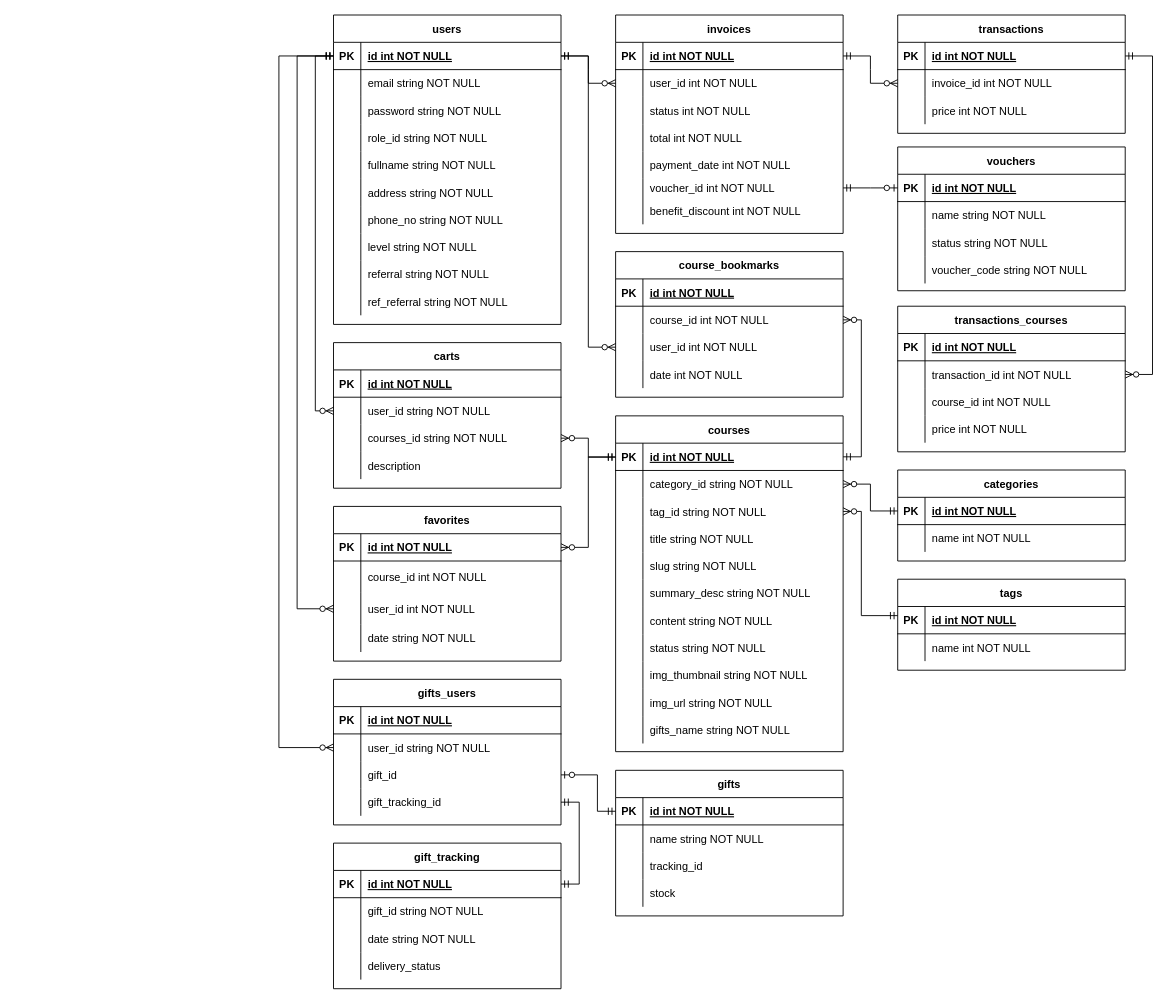
Above: page "ERD" (1 of 2) of online-learning.drawio in azmiadhani/diagramsnet (draw.io), before the change. Source tidied: cells renumbered, new cells numbered last; positions are measured from the earlier drawing's top-left corner, leaving out a move shared by most shapes. Both pictures are drawn from the tidied source at 91%, with x=0, y=0 at pixel (187, 15).
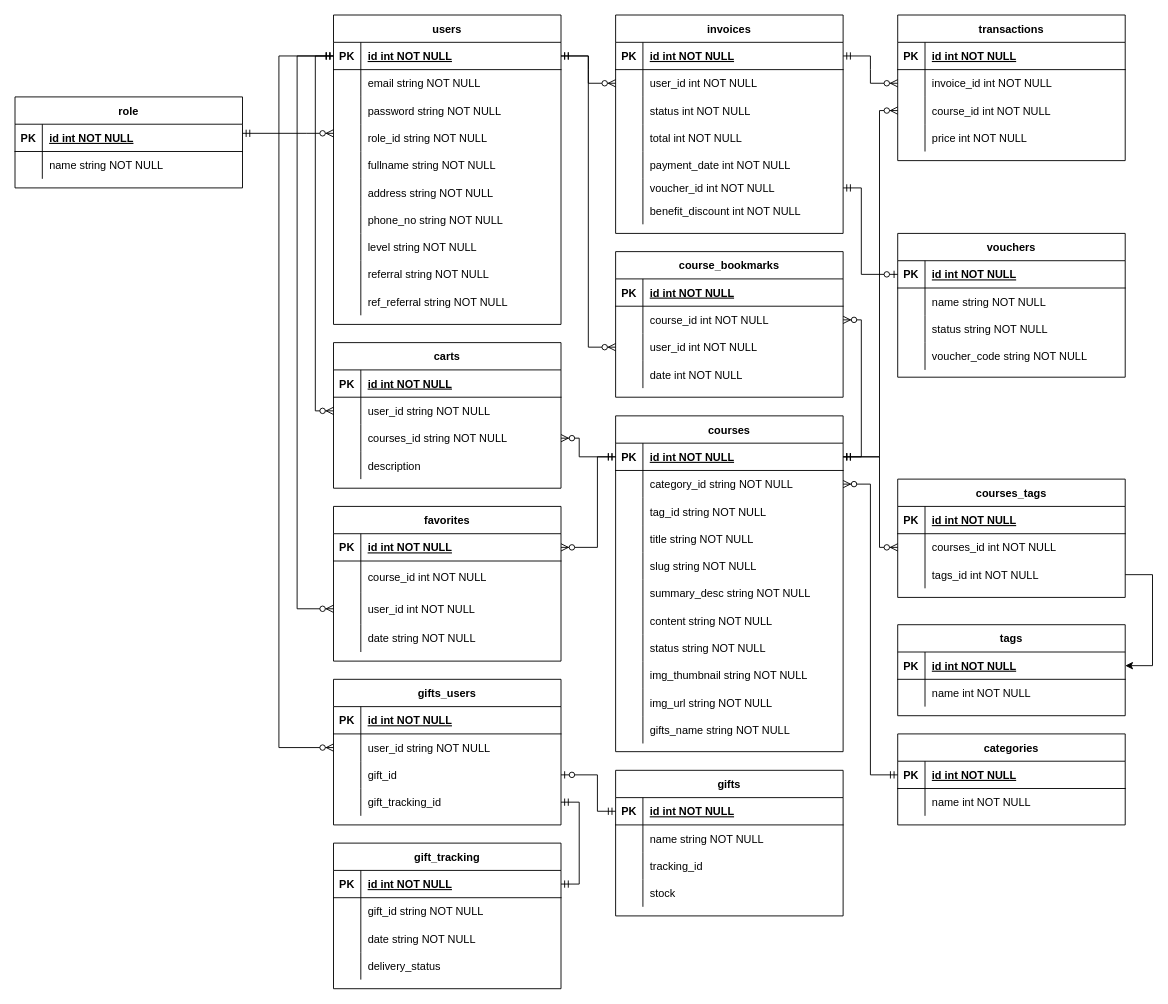
Above is the later version.

Unchanged cells that the change refers to:
```xml
<mxCell id="12" style="shape=partialRectangle;fillColor=none;points=[[0,0.5],[1,0.5]];portConstraint=eastwest;top=0;left=0;right=0;bottom=0;" parent="2" vertex="1">
  <mxGeometry y="120" width="250" height="30" as="geometry" />
</mxCell>
<mxCell id="34" style="shape=partialRectangle;fillColor=none;points=[[0,0.5],[1,0.5]];portConstraint=eastwest;top=0;left=0;right=0;bottom=1;" parent="33" vertex="1">
  <mxGeometry y="30" width="250" height="30" as="geometry" />
</mxCell>
<mxCell id="47" style="shape=partialRectangle;fillColor=none;points=[[0,0.5],[1,0.5]];portConstraint=eastwest;top=0;left=0;right=0;bottom=1;" parent="46" vertex="1">
  <mxGeometry y="30" width="250" height="30" as="geometry" />
</mxCell>
<mxCell id="53" style="shape=partialRectangle;fillColor=none;points=[[0,0.5],[1,0.5]];portConstraint=eastwest;top=0;left=0;right=0;bottom=0;" parent="46" vertex="1">
  <mxGeometry y="90" width="250" height="30" as="geometry" />
</mxCell>
<mxCell id="81" style="shape=partialRectangle;fillColor=none;points=[[0,0.5],[1,0.5]];portConstraint=eastwest;top=0;left=0;right=0;bottom=1;" parent="80" vertex="1">
  <mxGeometry y="30" width="250" height="30" as="geometry" />
</mxCell>
<mxCell id="84" style="shape=partialRectangle;fillColor=none;points=[[0,0.5],[1,0.5]];portConstraint=eastwest;top=0;left=0;right=0;bottom=0;" parent="80" vertex="1">
  <mxGeometry y="60" width="250" height="30" as="geometry" />
</mxCell>
<mxCell id="110" style="shape=partialRectangle;fillColor=none;points=[[0,0.5],[1,0.5]];portConstraint=eastwest;top=0;left=0;right=0;bottom=0;" parent="94" vertex="1">
  <mxGeometry y="180" width="250" height="20" as="geometry" />
</mxCell>
<mxCell id="117" style="shape=partialRectangle;fillColor=none;points=[[0,0.5],[1,0.5]];portConstraint=eastwest;top=0;left=0;right=0;bottom=1;" parent="116" vertex="1">
  <mxGeometry y="30" width="250" height="30" as="geometry" />
</mxCell>
<mxCell id="123" style="shape=partialRectangle;fillColor=none;points=[[0,0.5],[1,0.5]];portConstraint=eastwest;top=0;left=0;right=0;bottom=0;" parent="116" vertex="1">
  <mxGeometry y="90" width="250" height="30" as="geometry" />
</mxCell>
<mxCell id="129" style="shape=partialRectangle;fillColor=none;points=[[0,0.5],[1,0.5]];portConstraint=eastwest;top=0;left=0;right=0;bottom=1;" parent="128" vertex="1">
  <mxGeometry y="30" width="250" height="30" as="geometry" />
</mxCell>
<mxCell id="218" style="shape=partialRectangle;fillColor=none;points=[[0,0.5],[1,0.5]];portConstraint=eastwest;top=0;left=0;right=0;bottom=0;" parent="211" vertex="1">
  <mxGeometry y="90" width="250" height="30" as="geometry" />
</mxCell>
```

Change to the diagram source:
```diff
@@
-    <mxCell id="80" value="tags" style="shape=table;startSize=30;childLayout=tableLayout;rowLines=0;fontStyle=1;align=center;" parent="1" vertex="1">
-      <mxGeometry x="780" y="620" width="250" height="100" as="geometry" />
+    <mxCell id="80" value="courses_tags" style="shape=table;startSize=30;childLayout=tableLayout;rowLines=0;fontStyle=1;align=center;" parent="1" vertex="1">
+      <mxGeometry x="780" y="510" width="250" height="130" as="geometry" />
     </mxCell>
@@
-    <mxCell id="86" value="name int NOT NULL" style="shape=partialRectangle;overflow=hidden;fillColor=none;top=0;left=0;bottom=0;right=0;align=left;spacingLeft=6;" parent="84" vertex="1">
+    <mxCell id="86" value="courses_id int NOT NULL" style="shape=partialRectangle;overflow=hidden;fillColor=none;top=0;left=0;bottom=0;right=0;align=left;spacingLeft=6;" parent="84" vertex="1">
       <mxGeometry x="30" width="220" height="30" as="geometry" />
     </mxCell>
+    <mxCell id="161" style="shape=partialRectangle;fillColor=none;points=[[0,0.5],[1,0.5]];portConstraint=eastwest;top=0;left=0;right=0;bottom=0;" parent="80" vertex="1">
+      <mxGeometry y="90" width="250" height="30" as="geometry" />
+    </mxCell>
+    <mxCell id="232" style="shape=partialRectangle;overflow=hidden;fillColor=none;top=0;left=0;bottom=0;right=0;" parent="161" vertex="1">
+      <mxGeometry width="30" height="30" as="geometry" />
+    </mxCell>
+    <mxCell id="233" value="tags_id int NOT NULL" style="shape=partialRectangle;overflow=hidden;fillColor=none;top=0;left=0;bottom=0;right=0;align=left;spacingLeft=6;" parent="161" vertex="1">
+      <mxGeometry x="30" width="220" height="30" as="geometry" />
+    </mxCell>
     <mxCell id="87" value="categories" style="shape=table;startSize=30;childLayout=tableLayout;rowLines=0;fontStyle=1;align=center;" parent="1" vertex="1">
-      <mxGeometry x="780" y="500" width="250" height="100" as="geometry" />
+      <mxGeometry x="780" y="790" width="250" height="100" as="geometry" />
     </mxCell>
@@
     <mxCell id="116" value="transactions" style="shape=table;startSize=30;childLayout=tableLayout;rowLines=0;fontStyle=1;align=center;" parent="1" vertex="1">
-      <mxGeometry x="780" width="250" height="130" as="geometry" />
+      <mxGeometry x="780" width="250" height="160" as="geometry" />
     </mxCell>
@@
-    <mxCell id="125" value="price int NOT NULL" style="shape=partialRectangle;overflow=hidden;fillColor=none;top=0;left=0;bottom=0;right=0;align=left;spacingLeft=6;" parent="123" vertex="1">
+    <mxCell id="125" value="course_id int NOT NULL" style="shape=partialRectangle;overflow=hidden;fillColor=none;top=0;left=0;bottom=0;right=0;align=left;spacingLeft=6;" parent="123" vertex="1">
       <mxGeometry x="30" width="220" height="30" as="geometry" />
     </mxCell>
+    <mxCell id="164" style="shape=partialRectangle;fillColor=none;top=0;left=0;right=0;bottom=0;" parent="116" vertex="1">
+      <mxGeometry y="120" width="250" height="30" as="geometry" />
+    </mxCell>
+    <mxCell id="234" style="shape=partialRectangle;overflow=hidden;fillColor=none;top=0;left=0;bottom=0;right=0;" parent="164" vertex="1">
+      <mxGeometry width="30" height="30" as="geometry" />
+    </mxCell>
+    <mxCell id="166" value="price int NOT NULL" style="shape=partialRectangle;overflow=hidden;fillColor=none;top=0;left=0;bottom=0;right=0;align=left;spacingLeft=6;" parent="164" vertex="1">
+      <mxGeometry x="30" width="220" height="30" as="geometry" />
+    </mxCell>
@@
     <mxCell id="128" value="vouchers" style="shape=table;startSize=30;childLayout=tableLayout;rowLines=0;fontStyle=1;align=center;" parent="1" vertex="1">
-      <mxGeometry x="780" y="145" width="250" height="158" as="geometry" />
+      <mxGeometry x="780" y="240" width="250" height="158" as="geometry" />
     </mxCell>
@@
-    <mxCell id="154" value="transactions_courses" style="shape=table;startSize=30;childLayout=tableLayout;rowLines=0;fontStyle=1;align=center;" parent="1" vertex="1">
-      <mxGeometry x="780" y="320" width="250" height="160" as="geometry" />
-    </mxCell>
-    <mxCell id="155" style="shape=partialRectangle;fillColor=none;top=0;left=0;right=0;bottom=1;" parent="154" vertex="1">
-      <mxGeometry y="30" width="250" height="30" as="geometry" />
-    </mxCell>
-    <mxCell id="156" value="PK" style="shape=partialRectangle;overflow=hidden;fillColor=none;top=0;left=0;bottom=0;right=0;fontStyle=1;" parent="155" vertex="1">
-      <mxGeometry width="30" height="30" as="geometry" />
-    </mxCell>
-    <mxCell id="157" value="id int NOT NULL " style="shape=partialRectangle;overflow=hidden;fillColor=none;top=0;left=0;bottom=0;right=0;align=left;spacingLeft=6;fontStyle=5;" parent="155" vertex="1">
-      <mxGeometry x="30" width="220" height="30" as="geometry" />
-    </mxCell>
-    <mxCell id="158" style="shape=partialRectangle;fillColor=none;points=[[0,0.5],[1,0.5]];portConstraint=eastwest;top=0;left=0;right=0;bottom=0;" parent="154" vertex="1">
-      <mxGeometry y="60" width="250" height="30" as="geometry" />
-    </mxCell>
-    <mxCell id="159" style="shape=partialRectangle;overflow=hidden;fillColor=none;top=0;left=0;bottom=0;right=0;" parent="158" vertex="1">
-      <mxGeometry width="30" height="30" as="geometry" />
-    </mxCell>
-    <mxCell id="160" value="transaction_id int NOT NULL" style="shape=partialRectangle;overflow=hidden;fillColor=none;top=0;left=0;bottom=0;right=0;align=left;spacingLeft=6;" parent="158" vertex="1">
-      <mxGeometry x="30" width="220" height="30" as="geometry" />
-    </mxCell>
-    <mxCell id="161" style="shape=partialRectangle;fillColor=none;points=[[0,0.5],[1,0.5]];portConstraint=eastwest;top=0;left=0;right=0;bottom=0;" parent="154" vertex="1">
-      <mxGeometry y="90" width="250" height="30" as="geometry" />
-    </mxCell>
-    <mxCell id="162" style="shape=partialRectangle;overflow=hidden;fillColor=none;top=0;left=0;bottom=0;right=0;" parent="161" vertex="1">
-      <mxGeometry width="30" height="30" as="geometry" />
-    </mxCell>
-    <mxCell id="163" value="course_id int NOT NULL" style="shape=partialRectangle;overflow=hidden;fillColor=none;top=0;left=0;bottom=0;right=0;align=left;spacingLeft=6;" parent="161" vertex="1">
-      <mxGeometry x="30" width="220" height="30" as="geometry" />
-    </mxCell>
-    <mxCell id="164" style="shape=partialRectangle;fillColor=none;top=0;left=0;right=0;bottom=0;" parent="154" vertex="1">
-      <mxGeometry y="120" width="250" height="30" as="geometry" />
-    </mxCell>
-    <mxCell id="165" style="shape=partialRectangle;overflow=hidden;fillColor=none;top=0;left=0;bottom=0;right=0;" parent="164" vertex="1">
-      <mxGeometry width="30" height="30" as="geometry" />
-    </mxCell>
-    <mxCell id="166" value="price int NOT NULL" style="shape=partialRectangle;overflow=hidden;fillColor=none;top=0;left=0;bottom=0;right=0;align=left;spacingLeft=6;" parent="164" vertex="1">
-      <mxGeometry x="30" width="220" height="30" as="geometry" />
-    </mxCell>
-    <mxCell id="167" style="edgeStyle=elbowEdgeStyle;fontSize=12;html=1;endArrow=ERzeroToMany;startArrow=ERmandOne;rounded=0;" parent="1" edge="1" source="117" target="158">
-      <mxGeometry relative="1" as="geometry">
-        <Array as="points">
-          <mxPoint x="1060" y="190" />
-          <mxPoint x="770" y="650" />
-          <mxPoint x="830" y="660" />
-        </Array>
-      </mxGeometry>
-    </mxCell>
@@
-    <mxCell id="196" style="edgeStyle=entityRelationEdgeStyle;fontSize=12;html=1;endArrow=ERzeroToOne;startArrow=ERmandOne;rounded=0;" parent="1" edge="1" source="110" target="129">
-      <mxGeometry relative="1" as="geometry" />
+    <mxCell id="196" style="edgeStyle=elbowEdgeStyle;fontSize=12;html=1;endArrow=ERzeroToOne;startArrow=ERmandOne;rounded=0;" parent="1" edge="1" source="110" target="129">
+      <mxGeometry relative="1" as="geometry">
+        <Array as="points">
+          <mxPoint x="740" y="230" />
+        </Array>
+      </mxGeometry>
     </mxCell>
@@
-    <mxCell id="227" style="edgeStyle=elbowEdgeStyle;fontSize=12;html=1;endArrow=ERzeroToMany;startArrow=ERmandOne;rounded=0;" parent="1" edge="1" source="81" target="53">
-      <mxGeometry relative="1" as="geometry">
-        <Array as="points">
-          <mxPoint x="740" y="660" />
-        </Array>
-      </mxGeometry>
-    </mxCell>
@@
     <mxCell id="229" style="edgeStyle=elbowEdgeStyle;fontSize=12;html=1;endArrow=ERzeroToMany;startArrow=ERmandOne;rounded=0;" parent="1" edge="1" source="47" target="218">
       <mxGeometry relative="1" as="geometry">
         <Array as="points">
-          <mxPoint x="440" y="486" />
+          <mxPoint x="430" y="465" />
           <mxPoint x="460" y="530" />
           <mxPoint x="440" y="530" />
           <mxPoint x="150" y="370" />
           <mxPoint x="150" y="350" />
           <mxPoint x="120" y="360" />
           <mxPoint x="160" y="290" />
         </Array>
       </mxGeometry>
     </mxCell>
@@
     <mxCell id="231" style="edgeStyle=elbowEdgeStyle;fontSize=12;html=1;endArrow=ERzeroToMany;startArrow=ERmandOne;rounded=0;" parent="1" edge="1" source="47" target="34">
       <mxGeometry relative="1" as="geometry">
         <Array as="points">
-          <mxPoint x="440" y="510" />
+          <mxPoint x="450" y="530" />
           <mxPoint x="450" y="450" />
           <mxPoint x="470" y="540" />
           <mxPoint x="450" y="540" />
           <mxPoint x="160" y="380" />
           <mxPoint x="160" y="360" />
           <mxPoint x="130" y="370" />
           <mxPoint x="170" y="300" />
         </Array>
       </mxGeometry>
     </mxCell>
+    <mxCell id="235" value="tags" style="shape=table;startSize=30;childLayout=tableLayout;rowLines=0;fontStyle=1;align=center;" parent="1" vertex="1">
+      <mxGeometry x="780" y="670" width="250" height="100" as="geometry" />
+    </mxCell>
+    <mxCell id="236" style="shape=partialRectangle;fillColor=none;points=[[0,0.5],[1,0.5]];portConstraint=eastwest;top=0;left=0;right=0;bottom=1;" parent="235" vertex="1">
+      <mxGeometry y="30" width="250" height="30" as="geometry" />
+    </mxCell>
+    <mxCell id="237" value="PK" style="shape=partialRectangle;overflow=hidden;fillColor=none;top=0;left=0;bottom=0;right=0;fontStyle=1;" parent="236" vertex="1">
+      <mxGeometry width="30" height="30" as="geometry" />
+    </mxCell>
+    <mxCell id="238" value="id int NOT NULL " style="shape=partialRectangle;overflow=hidden;fillColor=none;top=0;left=0;bottom=0;right=0;align=left;spacingLeft=6;fontStyle=5;" parent="236" vertex="1">
+      <mxGeometry x="30" width="220" height="30" as="geometry" />
+    </mxCell>
+    <mxCell id="239" style="shape=partialRectangle;fillColor=none;top=0;left=0;right=0;bottom=0;" parent="235" vertex="1">
+      <mxGeometry y="60" width="250" height="30" as="geometry" />
+    </mxCell>
+    <mxCell id="240" style="shape=partialRectangle;overflow=hidden;fillColor=none;top=0;left=0;bottom=0;right=0;" parent="239" vertex="1">
+      <mxGeometry width="30" height="30" as="geometry" />
+    </mxCell>
+    <mxCell id="241" value="name int NOT NULL" style="shape=partialRectangle;overflow=hidden;fillColor=none;top=0;left=0;bottom=0;right=0;align=left;spacingLeft=6;" parent="239" vertex="1">
+      <mxGeometry x="30" width="220" height="30" as="geometry" />
+    </mxCell>
+    <mxCell id="227" style="edgeStyle=elbowEdgeStyle;fontSize=12;html=1;endArrow=ERzeroToMany;startArrow=ERmandOne;rounded=0;" parent="1" edge="1" source="47" target="84">
+      <mxGeometry relative="1" as="geometry">
+        <Array as="points">
+          <mxPoint x="760" y="550" />
+        </Array>
+      </mxGeometry>
+    </mxCell>
+    <mxCell id="242" style="edgeStyle=orthogonalEdgeStyle;rounded=0;jettySize=auto;html=1;" parent="1" edge="1" source="161" target="236">
+      <mxGeometry relative="1" as="geometry">
+        <Array as="points">
+          <mxPoint x="1060" y="615" />
+          <mxPoint x="1060" y="715" />
+        </Array>
+      </mxGeometry>
+    </mxCell>
+    <mxCell id="243" value="role" style="shape=table;startSize=30;childLayout=tableLayout;rowLines=0;fontStyle=1;align=center;" parent="1" vertex="1">
+      <mxGeometry x="-190" y="90" width="250" height="100" as="geometry" />
+    </mxCell>
+    <mxCell id="244" style="shape=partialRectangle;fillColor=none;points=[[0,0.5],[1,0.5]];portConstraint=eastwest;top=0;left=0;right=0;bottom=1;" parent="243" vertex="1">
+      <mxGeometry y="30" width="250" height="30" as="geometry" />
+    </mxCell>
+    <mxCell id="245" value="PK" style="shape=partialRectangle;overflow=hidden;fillColor=none;top=0;left=0;bottom=0;right=0;fontStyle=1;" parent="244" vertex="1">
+      <mxGeometry width="30" height="30" as="geometry" />
+    </mxCell>
+    <mxCell id="246" value="id int NOT NULL " style="shape=partialRectangle;overflow=hidden;fillColor=none;top=0;left=0;bottom=0;right=0;align=left;spacingLeft=6;fontStyle=5;" parent="244" vertex="1">
+      <mxGeometry x="30" width="220" height="30" as="geometry" />
+    </mxCell>
+    <mxCell id="247" style="shape=partialRectangle;fillColor=none;top=0;left=0;right=0;bottom=0;" parent="243" vertex="1">
+      <mxGeometry y="60" width="250" height="30" as="geometry" />
+    </mxCell>
+    <mxCell id="248" style="shape=partialRectangle;overflow=hidden;fillColor=none;top=0;left=0;bottom=0;right=0;" parent="247" vertex="1">
+      <mxGeometry width="30" height="30" as="geometry" />
+    </mxCell>
+    <mxCell id="249" value="name string NOT NULL" style="shape=partialRectangle;overflow=hidden;fillColor=none;top=0;left=0;bottom=0;right=0;align=left;spacingLeft=6;" parent="247" vertex="1">
+      <mxGeometry x="30" width="220" height="30" as="geometry" />
+    </mxCell>
+    <mxCell id="250" style="edgeStyle=elbowEdgeStyle;fontSize=12;html=1;endArrow=ERzeroToMany;startArrow=ERmandOne;rounded=0;" parent="1" edge="1" source="244" target="12">
+      <mxGeometry relative="1" as="geometry">
+        <Array as="points">
+          <mxPoint x="130" y="130" />
+          <mxPoint x="-220" y="335" />
+          <mxPoint x="-80" y="275" />
+          <mxPoint x="-110" y="285" />
+          <mxPoint x="-70" y="215" />
+        </Array>
+      </mxGeometry>
+    </mxCell>
+    <mxCell id="251" style="edgeStyle=elbowEdgeStyle;fontSize=12;html=1;endArrow=ERzeroToMany;startArrow=ERmandOne;rounded=0;" parent="1" edge="1" source="47" target="123">
+      <mxGeometry relative="1" as="geometry">
+        <Array as="points">
+          <mxPoint x="760" y="230" />
+          <mxPoint x="740" y="240" />
+          <mxPoint x="750" y="320" />
+          <mxPoint x="760" y="340" />
+          <mxPoint x="770" y="560" />
+        </Array>
+      </mxGeometry>
+    </mxCell>
```
